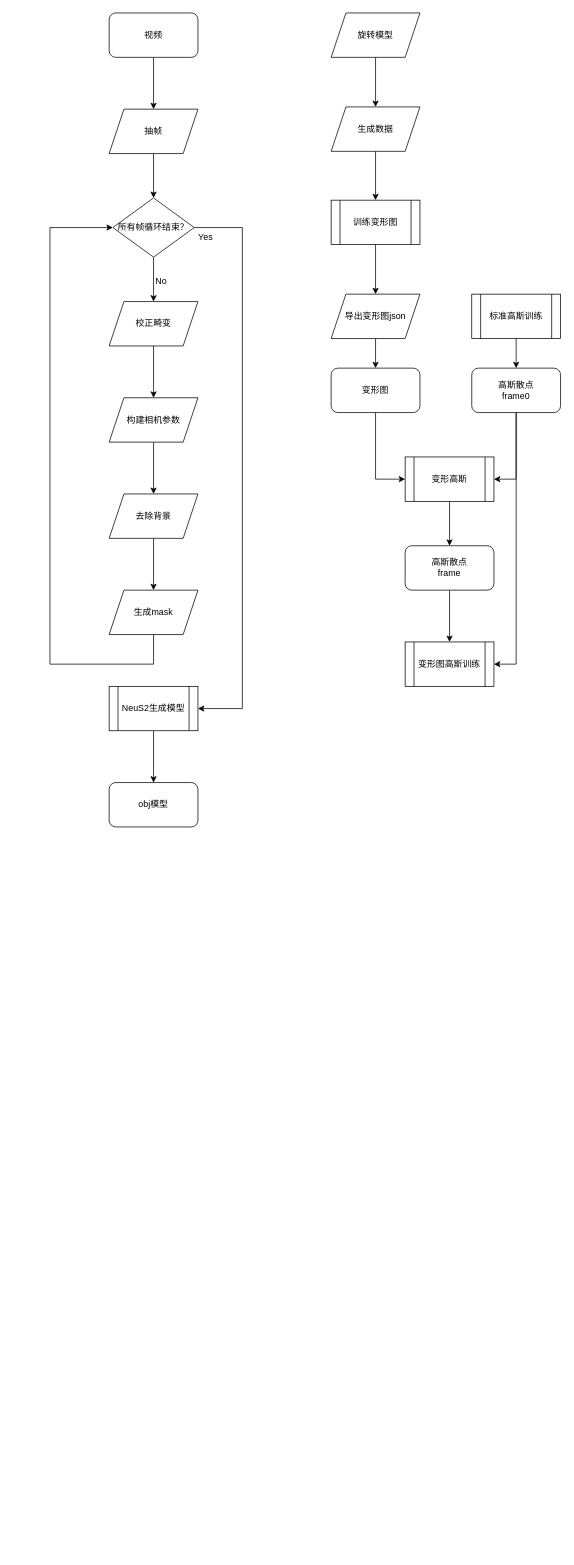
This is 未命名绘图.drawio from BCEF/bcef, a draw.io file, before an edit. Source tidied: cells renumbered, new cells numbered last; positions are measured from the earlier drawing's top-left corner, leaving out a move shared by most shapes. Both pictures are drawn from the tidied source at 74%, with x=0, y=0 at pixel (50, 13).
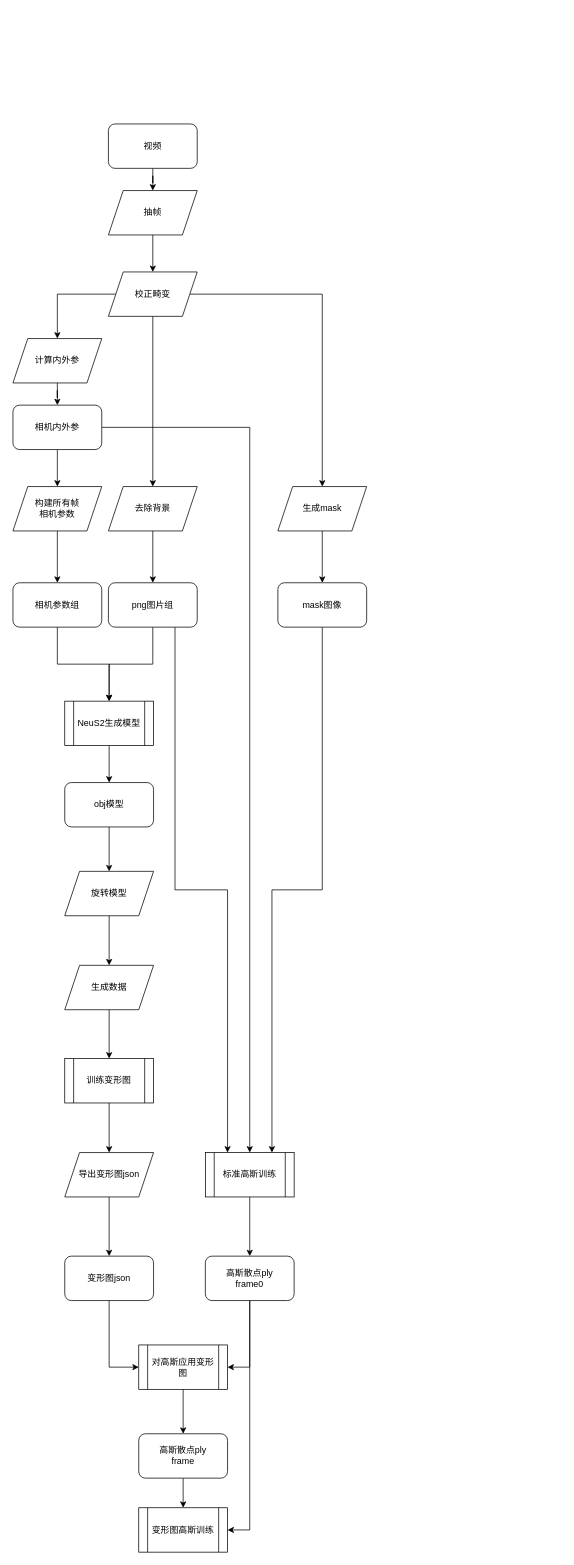
The same page after the edit.

Commit message:
更新未命名绘图.drawio

The edit, as a diff of the source:
```diff
@@
     <mxCell id="3" value="视频" style="rounded=1;whiteSpace=wrap;html=1;" parent="1" vertex="1">
-      <mxGeometry x="80" width="120" height="60" as="geometry" />
+      <mxGeometry x="79" y="150" width="120" height="60" as="geometry" />
     </mxCell>
-    <mxCell id="4" style="edgeStyle=orthogonalEdgeStyle;rounded=0;jettySize=auto;html=1;" parent="1" edge="1" source="6" target="10">
-      <mxGeometry relative="1" as="geometry" />
-    </mxCell>
-    <mxCell id="5" style="edgeStyle=orthogonalEdgeStyle;rounded=0;jettySize=auto;html=1;entryX=1;entryY=0.5;entryDx=0;entryDy=0;" parent="1" edge="1" source="6" target="18">
-      <mxGeometry relative="1" as="geometry">
-        <Array as="points">
-          <mxPoint x="260" y="290" />
-          <mxPoint x="260" y="940" />
-        </Array>
-      </mxGeometry>
-    </mxCell>
-    <mxCell id="6" value="所有帧循环结束？" style="rhombus;whiteSpace=wrap;html=1;" parent="1" vertex="1">
-      <mxGeometry x="85" y="250" width="110" height="80" as="geometry" />
-    </mxCell>
-    <mxCell id="7" style="edgeStyle=orthogonalEdgeStyle;rounded=0;jettySize=auto;html=1;" parent="1" edge="1" source="8" target="6">
-      <mxGeometry relative="1" as="geometry" />
-    </mxCell>
+    <mxCell id="42" style="edgeStyle=orthogonalEdgeStyle;rounded=0;jettySize=auto;html=1;entryX=0.5;entryY=0;entryDx=0;entryDy=0;" parent="1" edge="1" source="8" target="10">
+      <mxGeometry relative="1" as="geometry" />
+    </mxCell>
     <mxCell id="8" value="抽帧" style="shape=parallelogram;perimeter=parallelogramPerimeter;whiteSpace=wrap;html=1;fixedSize=1;" parent="1" vertex="1">
-      <mxGeometry x="80" y="130" width="120" height="60" as="geometry" />
+      <mxGeometry x="79" y="240" width="120" height="60" as="geometry" />
     </mxCell>
-    <mxCell id="9" style="edgeStyle=orthogonalEdgeStyle;rounded=0;jettySize=auto;html=1;" parent="1" edge="1" source="10" target="12">
+    <mxCell id="9" style="edgeStyle=orthogonalEdgeStyle;rounded=0;jettySize=auto;html=1;" parent="1" edge="1" source="10" target="14">
       <mxGeometry relative="1" as="geometry" />
     </mxCell>
+    <mxCell id="43" style="edgeStyle=orthogonalEdgeStyle;rounded=0;jettySize=auto;html=1;" parent="1" edge="1" source="10" target="16">
+      <mxGeometry relative="1" as="geometry" />
+    </mxCell>
     <mxCell id="10" value="校正畸变" style="shape=parallelogram;perimeter=parallelogramPerimeter;whiteSpace=wrap;html=1;fixedSize=1;" parent="1" vertex="1">
-      <mxGeometry x="80" y="390" width="120" height="60" as="geometry" />
+      <mxGeometry x="79" y="350" width="120" height="60" as="geometry" />
     </mxCell>
-    <mxCell id="11" style="edgeStyle=orthogonalEdgeStyle;rounded=0;jettySize=auto;html=1;" parent="1" edge="1" source="12" target="14">
-      <mxGeometry relative="1" as="geometry" />
-    </mxCell>
+    <mxCell id="44" style="edgeStyle=orthogonalEdgeStyle;rounded=0;jettySize=auto;html=1;" parent="1" edge="1" source="12" target="52">
+      <mxGeometry relative="1" as="geometry" />
+    </mxCell>
-    <mxCell id="12" value="构建相机参数" style="shape=parallelogram;perimeter=parallelogramPerimeter;whiteSpace=wrap;html=1;fixedSize=1;" parent="1" vertex="1">
-      <mxGeometry x="80" y="520" width="120" height="60" as="geometry" />
+    <mxCell id="12" value="&lt;div&gt;构建所有帧&lt;/div&gt;&lt;div&gt;相机参数&lt;/div&gt;" style="shape=parallelogram;perimeter=parallelogramPerimeter;whiteSpace=wrap;html=1;fixedSize=1;" parent="1" vertex="1">
+      <mxGeometry x="-50" y="640" width="120" height="60" as="geometry" />
     </mxCell>
-    <mxCell id="13" style="edgeStyle=orthogonalEdgeStyle;rounded=0;jettySize=auto;html=1;" parent="1" edge="1" source="14" target="16">
-      <mxGeometry relative="1" as="geometry" />
-    </mxCell>
+    <mxCell id="45" style="edgeStyle=orthogonalEdgeStyle;rounded=0;jettySize=auto;html=1;" parent="1" edge="1" source="14" target="50">
+      <mxGeometry relative="1" as="geometry" />
+    </mxCell>
     <mxCell id="14" value="去除背景" style="shape=parallelogram;perimeter=parallelogramPerimeter;whiteSpace=wrap;html=1;fixedSize=1;" parent="1" vertex="1">
-      <mxGeometry x="80" y="650" width="120" height="60" as="geometry" />
+      <mxGeometry x="79" y="640" width="120" height="60" as="geometry" />
     </mxCell>
-    <mxCell id="15" style="edgeStyle=orthogonalEdgeStyle;rounded=0;jettySize=auto;html=1;entryX=0;entryY=0.5;entryDx=0;entryDy=0;" parent="1" edge="1" source="16" target="6">
-      <mxGeometry relative="1" as="geometry">
-        <Array as="points">
-          <mxPoint x="140" y="880" />
-          <mxPoint y="880" />
-          <mxPoint y="290" />
-        </Array>
-      </mxGeometry>
-    </mxCell>
+    <mxCell id="46" style="edgeStyle=orthogonalEdgeStyle;rounded=0;jettySize=auto;html=1;" parent="1" edge="1" source="16" target="54">
+      <mxGeometry relative="1" as="geometry" />
+    </mxCell>
     <mxCell id="16" value="生成mask" style="shape=parallelogram;perimeter=parallelogramPerimeter;whiteSpace=wrap;html=1;fixedSize=1;" parent="1" vertex="1">
-      <mxGeometry x="80" y="780" width="120" height="60" as="geometry" />
+      <mxGeometry x="308" y="640" width="120" height="60" as="geometry" />
     </mxCell>
@@
     <mxCell id="18" value="NeuS2生成模型" style="shape=process;whiteSpace=wrap;html=1;backgroundOutline=1;" parent="1" vertex="1">
-      <mxGeometry x="80" y="910" width="120" height="60" as="geometry" />
+      <mxGeometry x="20" y="930" width="120" height="60" as="geometry" />
     </mxCell>
@@
     <mxCell id="20" value="旋转模型" style="shape=parallelogram;perimeter=parallelogramPerimeter;whiteSpace=wrap;html=1;fixedSize=1;" parent="1" vertex="1">
-      <mxGeometry x="380" width="120" height="60" as="geometry" />
+      <mxGeometry x="20" y="1160" width="120" height="60" as="geometry" />
     </mxCell>
@@
     <mxCell id="22" value="生成数据" style="shape=parallelogram;perimeter=parallelogramPerimeter;whiteSpace=wrap;html=1;fixedSize=1;" parent="1" vertex="1">
-      <mxGeometry x="380" y="127" width="120" height="60" as="geometry" />
+      <mxGeometry x="20" y="1287" width="120" height="60" as="geometry" />
     </mxCell>
@@
     <mxCell id="24" value="训练变形图" style="shape=process;whiteSpace=wrap;html=1;backgroundOutline=1;" parent="1" vertex="1">
-      <mxGeometry x="380" y="253" width="120" height="60" as="geometry" />
+      <mxGeometry x="20" y="1413" width="120" height="60" as="geometry" />
     </mxCell>
+    <mxCell id="47" style="edgeStyle=orthogonalEdgeStyle;rounded=0;jettySize=auto;html=1;entryX=0.5;entryY=0;entryDx=0;entryDy=0;" parent="1" edge="1" source="25" target="20">
+      <mxGeometry relative="1" as="geometry" />
+    </mxCell>
     <mxCell id="25" value="obj模型" style="rounded=1;whiteSpace=wrap;html=1;" parent="1" vertex="1">
-      <mxGeometry x="80" y="1040" width="120" height="60" as="geometry" />
+      <mxGeometry x="20" y="1040" width="120" height="60" as="geometry" />
     </mxCell>
@@
     <mxCell id="27" value="导出变形图json" style="shape=parallelogram;perimeter=parallelogramPerimeter;whiteSpace=wrap;html=1;fixedSize=1;" parent="1" vertex="1">
-      <mxGeometry x="380" y="380" width="120" height="60" as="geometry" />
+      <mxGeometry x="20" y="1540" width="120" height="60" as="geometry" />
     </mxCell>
@@
-    <mxCell id="29" value="变形高斯" style="shape=process;whiteSpace=wrap;html=1;backgroundOutline=1;" parent="1" vertex="1">
-      <mxGeometry x="480" y="600" width="120" height="60" as="geometry" />
+    <mxCell id="29" value="对高斯应用变形图" style="shape=process;whiteSpace=wrap;html=1;backgroundOutline=1;" parent="1" vertex="1">
+      <mxGeometry x="120" y="1800" width="120" height="60" as="geometry" />
     </mxCell>
-    <mxCell id="30" value="&lt;div&gt;Yes&lt;/div&gt;" style="text;html=1;align=center;verticalAlign=middle;strokeColor=none;fillColor=none;" parent="1" vertex="1">
-      <mxGeometry x="190" y="288" width="40" height="30" as="geometry" />
-    </mxCell>
-    <mxCell id="31" value="No" style="text;html=1;align=center;verticalAlign=middle;strokeColor=none;fillColor=none;" parent="1" vertex="1">
-      <mxGeometry x="130" y="348" width="40" height="30" as="geometry" />
-    </mxCell>
@@
     <mxCell id="33" value="标准高斯训练" style="shape=process;whiteSpace=wrap;html=1;backgroundOutline=1;" parent="1" vertex="1">
-      <mxGeometry x="570" y="380" width="120" height="60" as="geometry" />
+      <mxGeometry x="210" y="1540" width="120" height="60" as="geometry" />
     </mxCell>
@@
-    <mxCell id="36" value="&lt;div&gt;高斯散点&lt;/div&gt;&lt;div&gt;frame0&lt;/div&gt;" style="rounded=1;whiteSpace=wrap;html=1;" parent="1" vertex="1">
-      <mxGeometry x="570" y="480" width="120" height="60" as="geometry" />
+    <mxCell id="36" value="&lt;div&gt;高斯散点ply&lt;/div&gt;&lt;div&gt;frame0&lt;/div&gt;" style="rounded=1;whiteSpace=wrap;html=1;" parent="1" vertex="1">
+      <mxGeometry x="210" y="1680" width="120" height="60" as="geometry" />
     </mxCell>
@@
-    <mxCell id="38" value="变形图" style="rounded=1;whiteSpace=wrap;html=1;" parent="1" vertex="1">
-      <mxGeometry x="380" y="480" width="120" height="60" as="geometry" />
+    <mxCell id="38" value="变形图json" style="rounded=1;whiteSpace=wrap;html=1;" parent="1" vertex="1">
+      <mxGeometry x="20" y="1680" width="120" height="60" as="geometry" />
     </mxCell>
-    <mxCell id="39" style="edgeStyle=orthogonalEdgeStyle;rounded=0;jettySize=auto;html=1;" parent="1" edge="1" source="40" target="41">
+    <mxCell id="39" style="edgeStyle=orthogonalEdgeStyle;rounded=0;jettySize=auto;html=1;entryX=0.5;entryY=0;entryDx=0;entryDy=0;" parent="1" edge="1" source="40" target="41">
       <mxGeometry relative="1" as="geometry" />
     </mxCell>
-    <mxCell id="40" value="&lt;div&gt;高斯散点&lt;/div&gt;&lt;div&gt;frame&lt;/div&gt;" style="rounded=1;whiteSpace=wrap;html=1;" parent="1" vertex="1">
-      <mxGeometry x="480" y="720" width="120" height="60" as="geometry" />
+    <mxCell id="40" value="&lt;div&gt;高斯散点ply&lt;/div&gt;&lt;div&gt;frame&lt;/div&gt;" style="rounded=1;whiteSpace=wrap;html=1;" parent="1" vertex="1">
+      <mxGeometry x="120" y="1920" width="120" height="60" as="geometry" />
     </mxCell>
     <mxCell id="41" value="变形图高斯训练" style="shape=process;whiteSpace=wrap;html=1;backgroundOutline=1;" parent="1" vertex="1">
-      <mxGeometry x="480" y="850" width="120" height="60" as="geometry" />
+      <mxGeometry x="120" y="2020" width="120" height="60" as="geometry" />
     </mxCell>
+    <mxCell id="48" style="edgeStyle=orthogonalEdgeStyle;rounded=0;jettySize=auto;html=1;" parent="1" edge="1" source="50" target="18">
+      <mxGeometry relative="1" as="geometry" />
+    </mxCell>
+    <mxCell id="49" style="edgeStyle=orthogonalEdgeStyle;rounded=0;jettySize=auto;html=1;exitX=0.75;exitY=1;exitDx=0;exitDy=0;entryX=0.25;entryY=0;entryDx=0;entryDy=0;" parent="1" edge="1" source="50" target="33">
+      <mxGeometry relative="1" as="geometry" />
+    </mxCell>
+    <mxCell id="50" value="png图片组" style="rounded=1;whiteSpace=wrap;html=1;" parent="1" vertex="1">
+      <mxGeometry x="79" y="770" width="120" height="60" as="geometry" />
+    </mxCell>
+    <mxCell id="51" style="edgeStyle=orthogonalEdgeStyle;rounded=0;jettySize=auto;html=1;" parent="1" edge="1" source="52" target="18">
+      <mxGeometry relative="1" as="geometry" />
+    </mxCell>
+    <mxCell id="52" value="相机参数组" style="rounded=1;whiteSpace=wrap;html=1;" parent="1" vertex="1">
+      <mxGeometry x="-50" y="770" width="120" height="60" as="geometry" />
+    </mxCell>
+    <mxCell id="53" style="edgeStyle=orthogonalEdgeStyle;rounded=0;jettySize=auto;html=1;entryX=0.75;entryY=0;entryDx=0;entryDy=0;" parent="1" edge="1" source="54" target="33">
+      <mxGeometry relative="1" as="geometry" />
+    </mxCell>
+    <mxCell id="54" value="mask图像" style="rounded=1;whiteSpace=wrap;html=1;" parent="1" vertex="1">
+      <mxGeometry x="308" y="770" width="120" height="60" as="geometry" />
+    </mxCell>
+    <mxCell id="55" style="edgeStyle=orthogonalEdgeStyle;rounded=0;jettySize=auto;html=1;exitX=0;exitY=0.5;exitDx=0;exitDy=0;" parent="1" edge="1" source="10" target="57">
+      <mxGeometry relative="1" as="geometry" />
+    </mxCell>
+    <mxCell id="56" style="edgeStyle=orthogonalEdgeStyle;rounded=0;jettySize=auto;html=1;" parent="1" edge="1" source="57" target="60">
+      <mxGeometry relative="1" as="geometry" />
+    </mxCell>
+    <mxCell id="57" value="计算内外参" style="shape=parallelogram;perimeter=parallelogramPerimeter;whiteSpace=wrap;html=1;fixedSize=1;" parent="1" vertex="1">
+      <mxGeometry x="-50" y="440" width="120" height="60" as="geometry" />
+    </mxCell>
+    <mxCell id="58" style="edgeStyle=orthogonalEdgeStyle;rounded=0;jettySize=auto;html=1;" parent="1" edge="1" source="60" target="12">
+      <mxGeometry relative="1" as="geometry" />
+    </mxCell>
+    <mxCell id="59" style="edgeStyle=orthogonalEdgeStyle;rounded=0;jettySize=auto;html=1;" parent="1" edge="1" source="60" target="33">
+      <mxGeometry relative="1" as="geometry" />
+    </mxCell>
+    <mxCell id="60" value="相机内外参" style="rounded=1;whiteSpace=wrap;html=1;" parent="1" vertex="1">
+      <mxGeometry x="-50" y="530" width="120" height="60" as="geometry" />
+    </mxCell>
```
